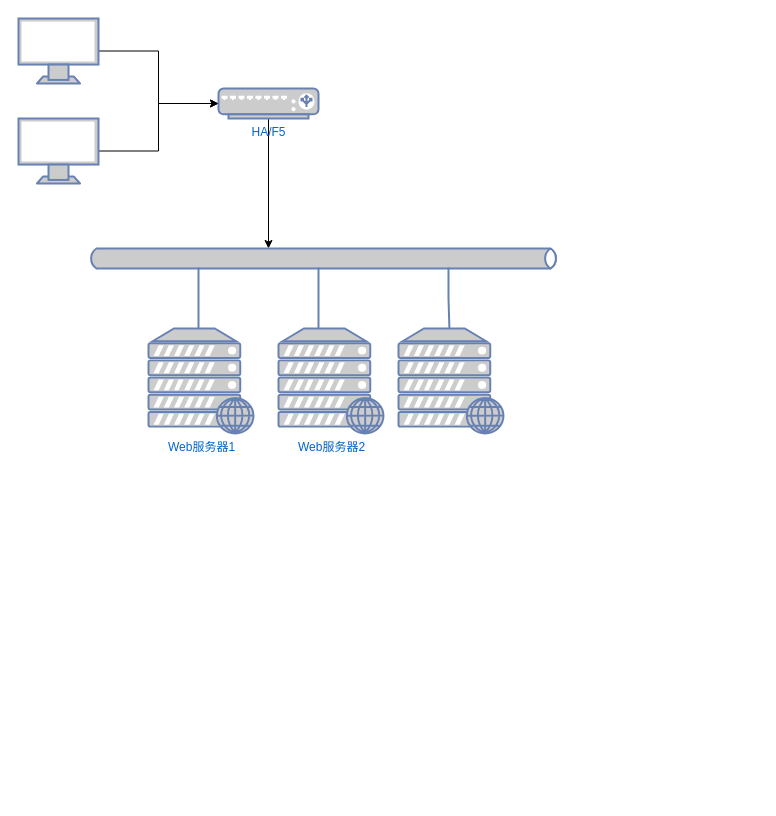
Earlier version of the draw.io diagram 负载均衡.drawio (zengwenju/myfirsttest). Source tidied: cells renumbered, new cells numbered last; positions are measured from the earlier drawing's top-left corner, leaving out a move shared by most shapes. Both pictures are drawn from the tidied source at 100%, with x=0, y=0 at pixel (18, 18).
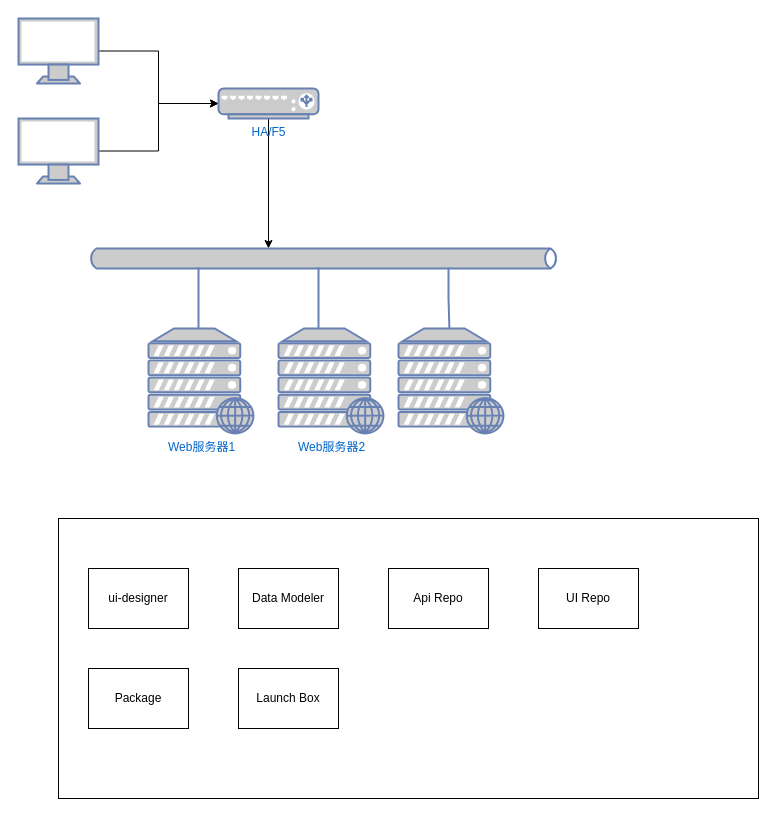
After the change.

Commit message (it also covers changes not shown here):
更新负载均衡.drawio

Diff of the diagram source:
```diff
@@
+    <mxCell id="15" style="rounded=0;whiteSpace=wrap;html=1;" parent="1" vertex="1">
+      <mxGeometry x="40" y="500" width="700" height="280" as="geometry" />
+    </mxCell>
+    <mxCell id="16" value="ui-designer" style="rounded=0;whiteSpace=wrap;html=1;" parent="1" vertex="1">
+      <mxGeometry x="70" y="550" width="100" height="60" as="geometry" />
+    </mxCell>
+    <mxCell id="17" value="Data Modeler" style="rounded=0;whiteSpace=wrap;html=1;" parent="1" vertex="1">
+      <mxGeometry x="220" y="550" width="100" height="60" as="geometry" />
+    </mxCell>
+    <mxCell id="18" value="Api Repo" style="rounded=0;whiteSpace=wrap;html=1;" parent="1" vertex="1">
+      <mxGeometry x="370" y="550" width="100" height="60" as="geometry" />
+    </mxCell>
+    <mxCell id="19" value="UI Repo" style="rounded=0;whiteSpace=wrap;html=1;" parent="1" vertex="1">
+      <mxGeometry x="520" y="550" width="100" height="60" as="geometry" />
+    </mxCell>
+    <mxCell id="20" value="Package" style="rounded=0;whiteSpace=wrap;html=1;" parent="1" vertex="1">
+      <mxGeometry x="70" y="650" width="100" height="60" as="geometry" />
+    </mxCell>
+    <mxCell id="21" value="Launch Box" style="rounded=0;whiteSpace=wrap;html=1;" parent="1" vertex="1">
+      <mxGeometry x="220" y="650" width="100" height="60" as="geometry" />
+    </mxCell>
```
